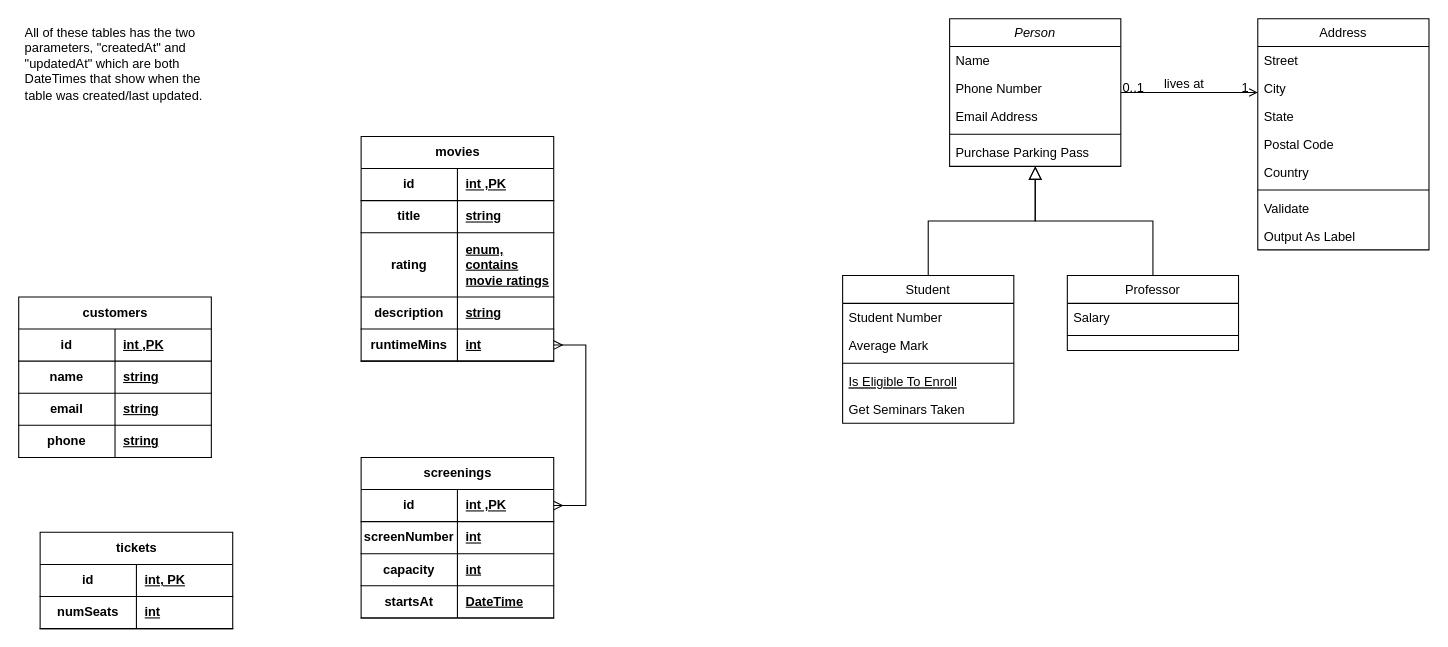
This is ERD.drawio from boolean-uk/csharp-api-cinema-challenge, a draw.io file, before an edit. Source tidied: cells renumbered, new cells numbered last; positions are measured from the earlier drawing's top-left corner, leaving out a move shared by most shapes. Both pictures are drawn from the tidied source at 107%, with x=0, y=0 at pixel (18, 18).
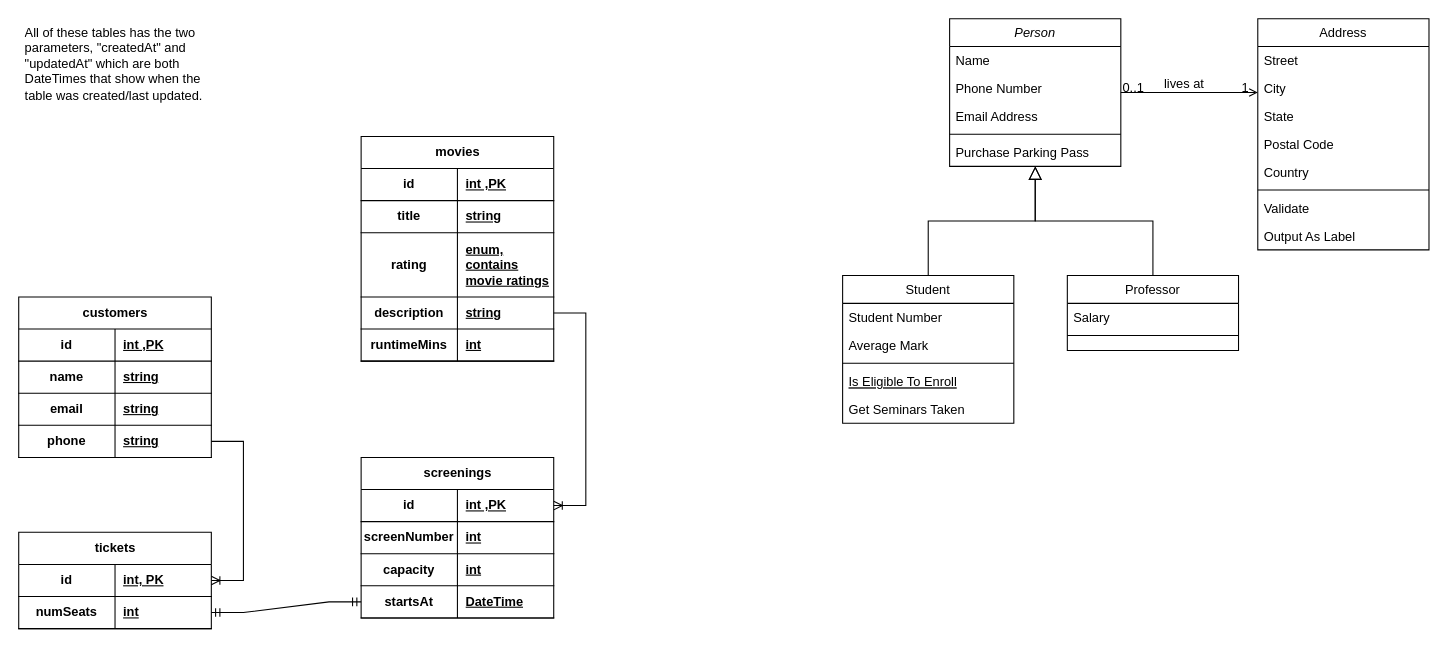
The same diagram, later.

Unchanged cells that the change refers to:
```xml
<mxCell id="42" style="shape=tableRow;horizontal=0;startSize=0;swimlaneHead=0;swimlaneBody=0;fillColor=none;points=[[0,0.5],[1,0.5]];portConstraint=eastwest;top=0;left=0;right=0;bottom=1;" parent="32" vertex="1">
  <mxGeometry y="120" width="180" height="30" as="geometry" />
</mxCell>
<mxCell id="55" style="shape=tableRow;horizontal=0;startSize=0;swimlaneHead=0;swimlaneBody=0;fillColor=none;points=[[0,0.5],[1,0.5]];portConstraint=eastwest;top=0;left=0;right=0;bottom=1;" parent="45" vertex="1">
  <mxGeometry y="150" width="180" height="30" as="geometry" />
</mxCell>
<mxCell id="58" style="shape=tableRow;horizontal=0;startSize=0;swimlaneHead=0;swimlaneBody=0;fillColor=none;points=[[0,0.5],[1,0.5]];portConstraint=eastwest;top=0;left=0;right=0;bottom=1;" parent="45" vertex="1">
  <mxGeometry y="180" width="180" height="30" as="geometry" />
</mxCell>
<mxCell id="62" style="shape=tableRow;horizontal=0;startSize=0;swimlaneHead=0;swimlaneBody=0;fillColor=none;points=[[0,0.5],[1,0.5]];portConstraint=eastwest;top=0;left=0;right=0;bottom=1;" parent="61" vertex="1">
  <mxGeometry y="30" width="180" height="30" as="geometry" />
</mxCell>
<mxCell id="71" style="shape=tableRow;horizontal=0;startSize=0;swimlaneHead=0;swimlaneBody=0;fillColor=none;points=[[0,0.5],[1,0.5]];portConstraint=eastwest;top=0;left=0;right=0;bottom=1;" parent="61" vertex="1">
  <mxGeometry y="120" width="180" height="30" as="geometry" />
</mxCell>
<mxCell id="77" style="shape=tableRow;horizontal=0;startSize=0;swimlaneHead=0;swimlaneBody=0;fillColor=none;points=[[0,0.5],[1,0.5]];portConstraint=eastwest;top=0;left=0;right=0;bottom=1;" parent="76" vertex="1">
  <mxGeometry y="30" width="180" height="30" as="geometry" />
</mxCell>
<mxCell id="80" style="shape=tableRow;horizontal=0;startSize=0;swimlaneHead=0;swimlaneBody=0;fillColor=none;points=[[0,0.5],[1,0.5]];portConstraint=eastwest;top=0;left=0;right=0;bottom=1;" parent="76" vertex="1">
  <mxGeometry y="60" width="180" height="30" as="geometry" />
</mxCell>
```

Change to the diagram source:
```diff
@@
-    <mxCell id="74" style="edgeStyle=entityRelationEdgeStyle;fontSize=12;html=1;endArrow=ERmany;startArrow=ERmany;rounded=0;" parent="1" edge="1" source="62" target="58">
-      <mxGeometry relative="1" as="geometry" />
-    </mxCell>
@@
     <mxCell id="76" value="tickets" style="shape=table;startSize=30;childLayout=tableLayout;rowLines=0;fontStyle=1;align=center;html=1;" parent="1" vertex="1">
-      <mxGeometry x="20" y="480" width="180" height="90" as="geometry" />
+      <mxGeometry y="480" width="180" height="90" as="geometry" />
     </mxCell>
@@
+    <mxCell id="83" style="edgeStyle=entityRelationEdgeStyle;fontSize=12;html=1;endArrow=ERoneToMany;rounded=0;" parent="1" edge="1" source="55" target="62">
+      <mxGeometry relative="1" as="geometry" />
+    </mxCell>
+    <mxCell id="84" style="edgeStyle=entityRelationEdgeStyle;fontSize=12;html=1;endArrow=ERoneToMany;rounded=0;" parent="1" edge="1" source="42" target="77">
+      <mxGeometry relative="1" as="geometry" />
+    </mxCell>
+    <mxCell id="85" style="edgeStyle=entityRelationEdgeStyle;fontSize=12;html=1;endArrow=ERmandOne;startArrow=ERmandOne;rounded=0;entryX=0;entryY=0.5;entryDx=0;entryDy=0;" parent="1" edge="1" source="80" target="71">
+      <mxGeometry relative="1" as="geometry" />
+    </mxCell>
```
